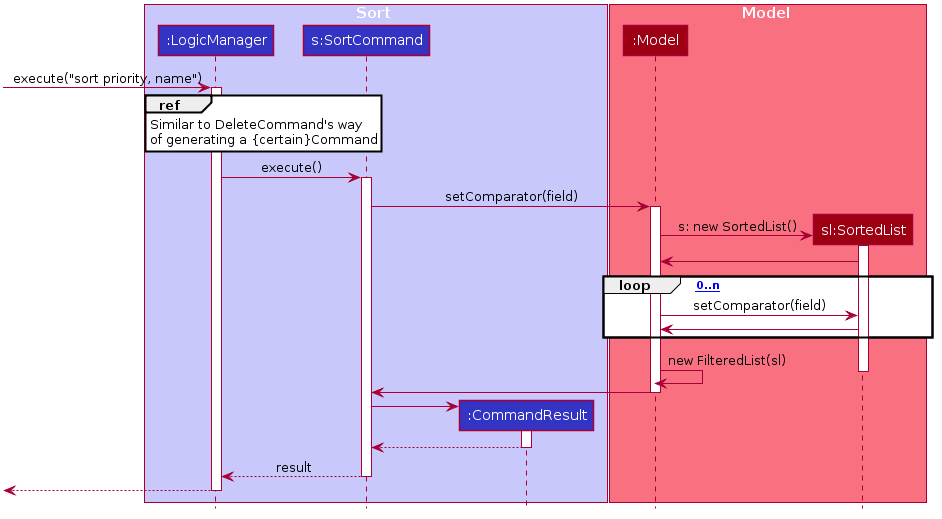
Before: docs/images/SortSequenceDiagram.png, a diagram exported from PlantUML (nus-cs2103-AY1920S2/addressbook-level3).
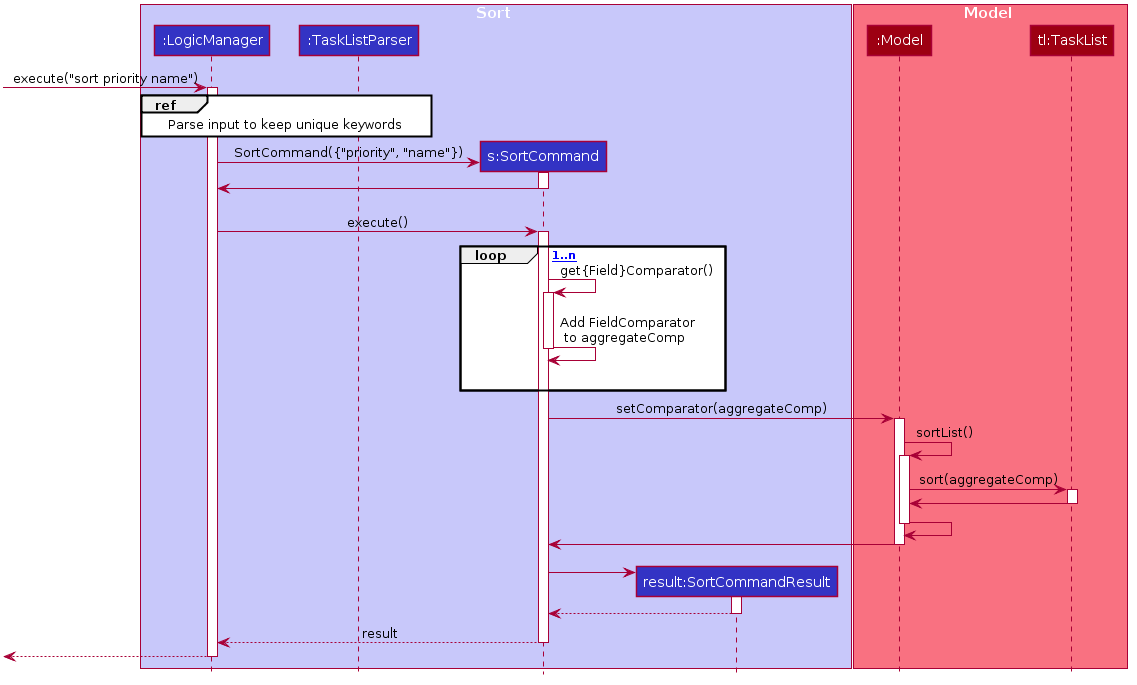
Above is the later version.

What changed in the source:
```diff
@@ -51,52 +51,68 @@
 
 box Sort #C8C8FA
 participant ":LogicManager" as LogicManager #3333C4
+participant ":TaskListParser" as TaskListParser #3333C4
 participant "s:SortCommand" as SortCommand #3333C4
-participant ":CommandResult" as CommandResult #3333C4
+participant "result:SortCommandResult" as SortCommandResult #3333C4
 end box
 
 box Model #F97181
 participant ":Model" as Model #9D0012
-participant "sl:SortedList" as SortedList #9D0012
+participant "tl:TaskList" as TaskList #9D0012
 end box
 
-[-> LogicManager : execute("sort priority, name")
+[-> LogicManager : execute("sort priority name")
 activate LogicManager
 
-ref over LogicManager
-    Similar to DeleteCommand's way
-    of generating a {certain}Command
+ref over LogicManager, TaskListParser
+Parse input to keep unique keywords
 end ref
 
+create SortCommand
+LogicManager -> SortCommand: SortCommand({"priority", "name"})
+activate SortCommand
 
+SortCommand -> LogicManager:
+deactivate SortCommand
 
+LogicManager -[hidden]-> SortCommand :
 LogicManager -> SortCommand : execute()
 activate SortCommand
 
-SortCommand -> Model : setComparator(field)
-activate Model
-create SortedList
-Model -> SortedList:s: new SortedList()
-activate SortedList
-SortedList -> Model
+loop [int 1..n]
+    SortCommand -> SortCommand: get{Field}Comparator()
+    activate SortCommand
 
-loop [int 0..n]
-    Model -> SortedList: setComparator(field)
-    SortedList -> Model
+    SortCommand -> SortCommand: Add FieldComparator \n to aggregateComp
+    deactivate SortCommand
+    SortCommand -[hidden]> SortCommand
+
 end
 
-Model -> Model: new FilteredList(sl)
-deactivate SortedList
+SortCommand -> Model : setComparator(aggregateComp)
+activate Model
+
+Model -> Model: sortList()
+activate Model
+
+Model -> TaskList: sort(aggregateComp)
+activate TaskList
+TaskList -> Model
+deactivate TaskList
+
+Model <- Model
+deactivate Model
+
 Model -> SortCommand
 deactivate Model
+Model -[hidden]> SortCommand
 
+create SortCommandResult
+SortCommand -> SortCommandResult
+activate SortCommandResult
 
-create CommandResult
-SortCommand -> CommandResult
-activate CommandResult
-
-CommandResult --> SortCommand
-deactivate CommandResult
+SortCommandResult --> SortCommand
+deactivate SortCommandResult
 
 SortCommand --> LogicManager : result
 deactivate SortCommand
```
